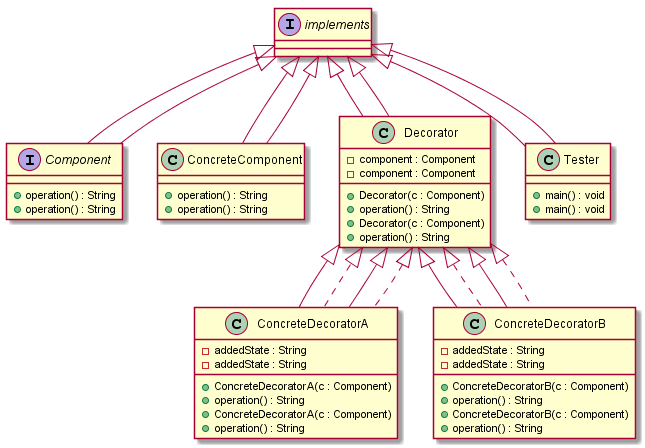
The PlantUML diagram JavaUMLParser/src/test/resources/Test-Case-5/output.png in MeenakshiParyani/CMPE-202, before a commit.
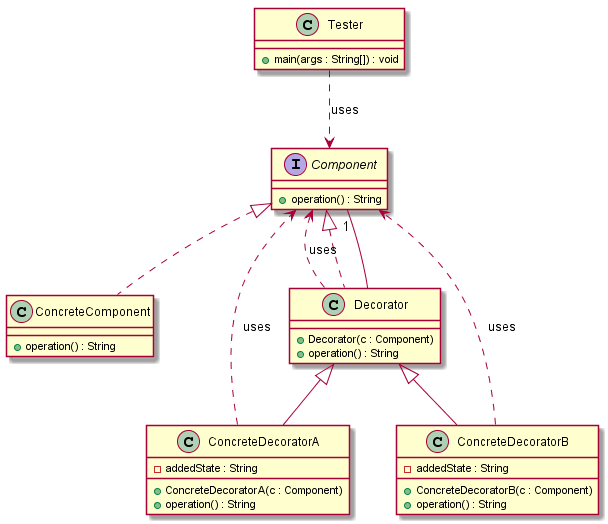
The same diagram one commit later.

What changed in the source:
```diff
@@ -1,62 +1,36 @@
-@startuml
-interface Component extends  implements  {
+@startumlleft to right direction
+interface Component {
  +operation() : String
 }
 
-class ConcreteComponent extends  implements  {
+class ConcreteComponent implements Component {
  +operation() : String
 }
 
-class ConcreteDecoratorA extends Decorator implements Decorator {
+class ConcreteDecoratorA extends Decorator {
  +ConcreteDecoratorA(c : Component)
  -addedState : String
  +operation() : String
 }
 
-class ConcreteDecoratorB extends Decorator implements Decorator {
+class ConcreteDecoratorB extends Decorator {
  +ConcreteDecoratorB(c : Component)
  -addedState : String
  +operation() : String
 }
 
-class Decorator extends  implements  {
+class Decorator implements Component {
  +Decorator(c : Component)
- -component : Component
  +operation() : String
 }
 
-class Tester extends  implements  {
- +main() : void
+class Tester {
+ +main(args : String[]) : void
 }
 
-interface Component extends  implements  {
- +operation() : String
-}
-
-class ConcreteComponent extends  implements  {
- +operation() : String
-}
-
-class ConcreteDecoratorA extends Decorator implements Decorator {
- +ConcreteDecoratorA(c : Component)
- -addedState : String
- +operation() : String
-}
-
-class ConcreteDecoratorB extends Decorator implements Decorator {
- +ConcreteDecoratorB(c : Component)
- -addedState : String
- +operation() : String
-}
-
-class Decorator extends  implements  {
- +Decorator(c : Component)
- -component : Component
- +operation() : String
-}
-
-class Tester extends  implements  {
- +main() : void
-}
-
+ConcreteDecoratorA ..> Component : uses
+ConcreteDecoratorB ..> Component : uses
+Decorator ..> Component : uses
+Tester ..> Component : uses
+Decorator -- " 1" Component
 @enduml
```
